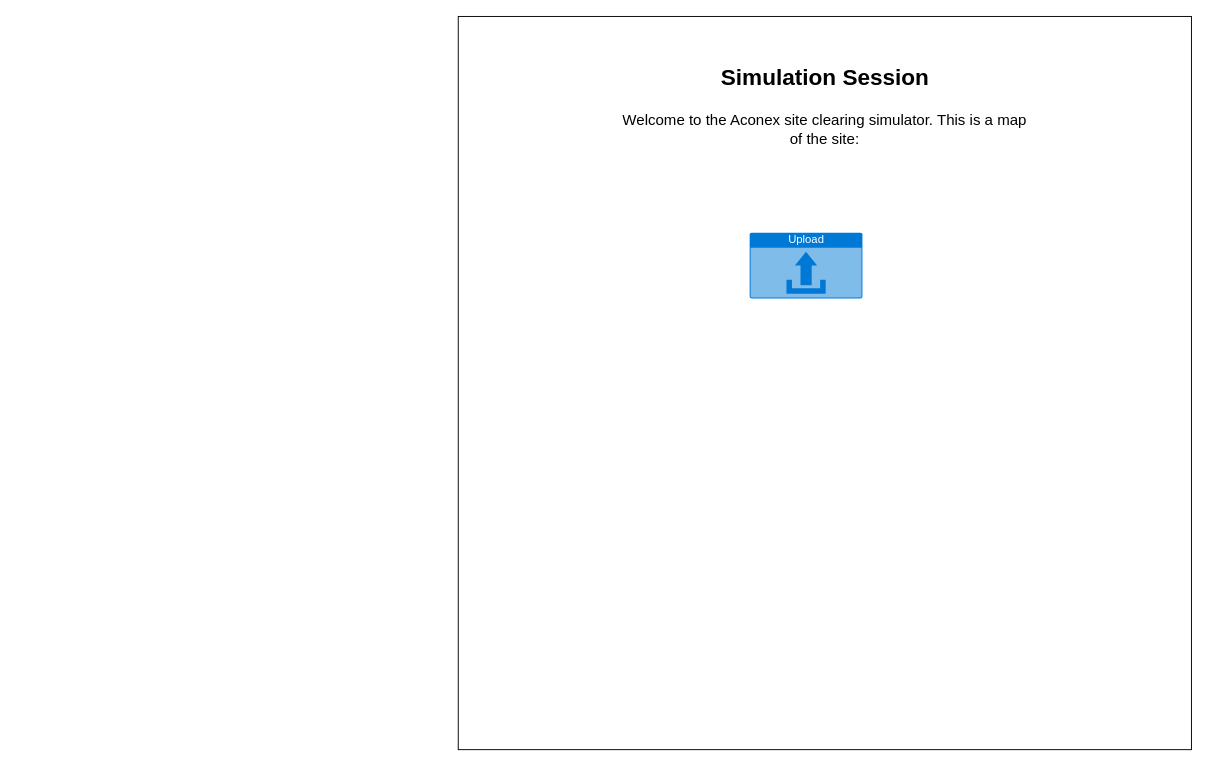
Before: Task-1.drawio in amitjs2021/site-simulation, a draw.io diagram. Source tidied: cells renumbered, new cells numbered last; positions are measured from the earlier drawing's top-left corner, leaving out a move shared by most shapes. Both pictures are drawn from the tidied source at 94%, with x=0, y=0 at pixel (458, 16).
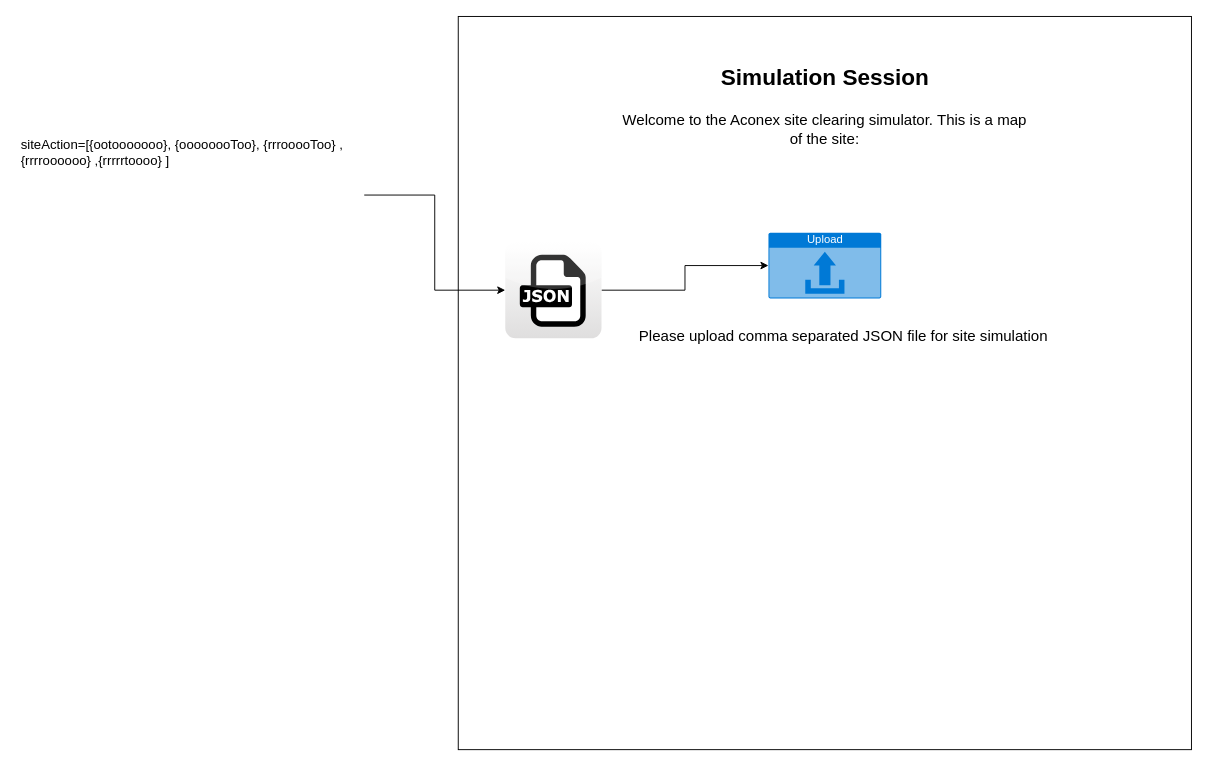
The same diagram, later.

Change to the diagram source:
```diff
@@
 <mxGraphModel>
   <root>
     <mxCell id="0" />
     <mxCell id="1" parent="0" />
     <mxCell id="2" style="whiteSpace=wrap;html=1;" parent="1" vertex="1">
       <mxGeometry width="780" height="780" as="geometry" />
     </mxCell>
     <mxCell id="3" value="Simulation Session" style="text;strokeColor=none;fillColor=none;html=1;fontSize=24;fontStyle=1;verticalAlign=middle;align=center;" parent="1" vertex="1">
       <mxGeometry x="230" y="50" width="320" height="30" as="geometry" />
     </mxCell>
     <mxCell id="4" value="&lt;div style=&quot;font-size: 16px;&quot;&gt;Welcome to the Aconex site clearing simulator. This is a map&lt;/div&gt;&lt;div style=&quot;font-size: 16px;&quot;&gt;of the site:&lt;/div&gt;" style="text;html=1;strokeColor=none;fillColor=none;align=center;verticalAlign=middle;whiteSpace=wrap;overflow=hidden;fontSize=16;" parent="1" vertex="1">
       <mxGeometry x="90" y="90" width="600" height="60" as="geometry" />
     </mxCell>
     <mxCell id="5" value="Upload" style="html=1;strokeColor=none;fillColor=#0079D6;labelPosition=center;verticalLabelPosition=middle;verticalAlign=top;align=center;fontSize=12;outlineConnect=0;spacingTop=-6;fontColor=#FFFFFF;shape=mxgraph.sitemap.upload;" parent="1" vertex="1">
-      <mxGeometry x="310" y="230" width="120" height="70" as="geometry" />
+      <mxGeometry x="330" y="230" width="120" height="70" as="geometry" />
     </mxCell>
+    <mxCell id="6" value="&lt;div style=&quot;font-size: 16px&quot;&gt;Please upload comma separated JSON file for site simulation&lt;/div&gt;" style="text;html=1;strokeColor=none;fillColor=none;align=center;verticalAlign=middle;whiteSpace=wrap;overflow=hidden;fontSize=16;" parent="1" vertex="1">
+      <mxGeometry x="110" y="310" width="600" height="60" as="geometry" />
+    </mxCell>
+    <mxCell id="7" style="edgeStyle=orthogonalEdgeStyle;rounded=0;jettySize=auto;html=1;fontSize=16;" parent="1" edge="1" source="8" target="5">
+      <mxGeometry relative="1" as="geometry" />
+    </mxCell>
+    <mxCell id="8" style="dashed=0;outlineConnect=0;html=1;align=center;labelPosition=center;verticalLabelPosition=bottom;verticalAlign=top;shape=mxgraph.webicons.json;gradientColor=#DFDEDE;fontSize=16;" parent="1" vertex="1">
+      <mxGeometry x="50" y="240" width="102.4" height="102.4" as="geometry" />
+    </mxCell>
+    <mxCell id="9" style="edgeStyle=orthogonalEdgeStyle;rounded=0;jettySize=auto;html=1;fontSize=16;" parent="1" edge="1" source="10" target="8">
+      <mxGeometry relative="1" as="geometry" />
+    </mxCell>
+    <mxCell id="10" value="&lt;h1 style=&quot;font-size: 14px&quot;&gt;&lt;span style=&quot;font-weight: normal&quot;&gt;&lt;font style=&quot;font-size: 14px&quot;&gt;siteAction=[{&lt;/font&gt;ootooooooo}, {oooooooToo}, {rrrooooToo} ,{rrrroooooo} ,{rrrrrtoooo} ]&lt;/span&gt;&lt;/h1&gt;" style="text;html=1;strokeColor=none;fillColor=none;spacing=5;spacingTop=-20;whiteSpace=wrap;overflow=hidden;rounded=0;fontSize=16;" parent="1" vertex="1">
+      <mxGeometry x="-470" y="130" width="370" height="120" as="geometry" />
+    </mxCell>
   </root>
 </mxGraphModel>
```
